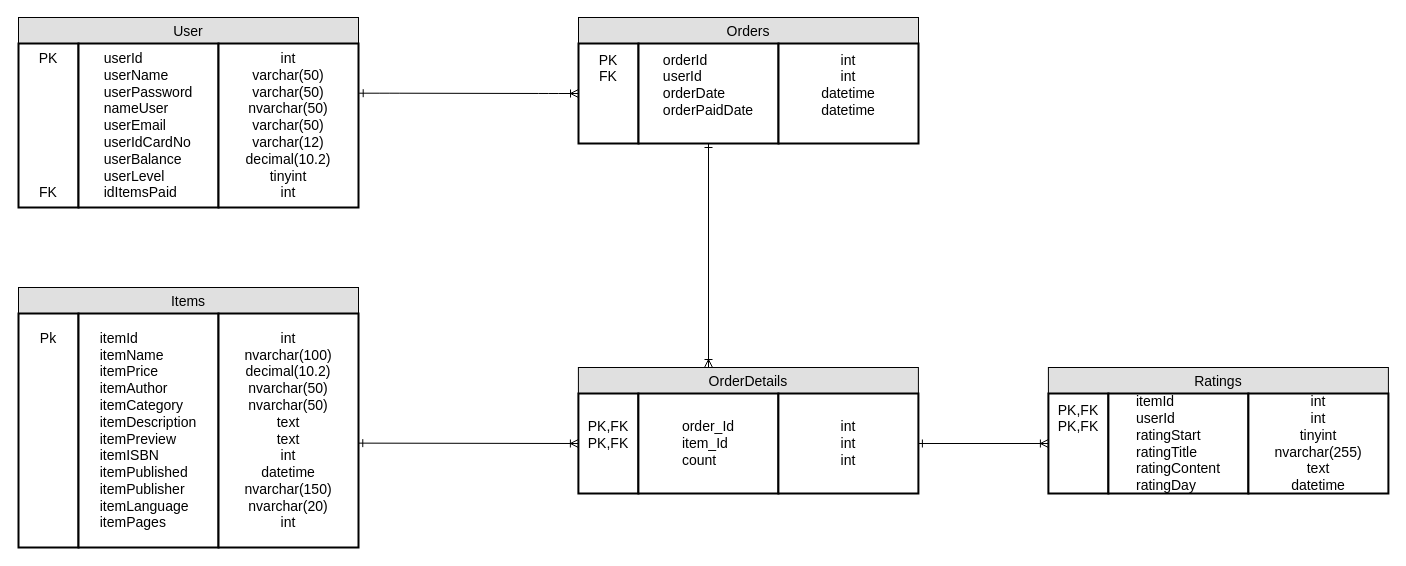
Earlier version of the draw.io diagram Documents/CSDL/table.drawio (tung120320/E-Book-Order-G02). Source tidied: cells renumbered, new cells numbered last; positions are measured from the earlier drawing's top-left corner, leaving out a move shared by most shapes. Both pictures are drawn from the tidied source at 100%, with x=0, y=0 at pixel (18, 17).
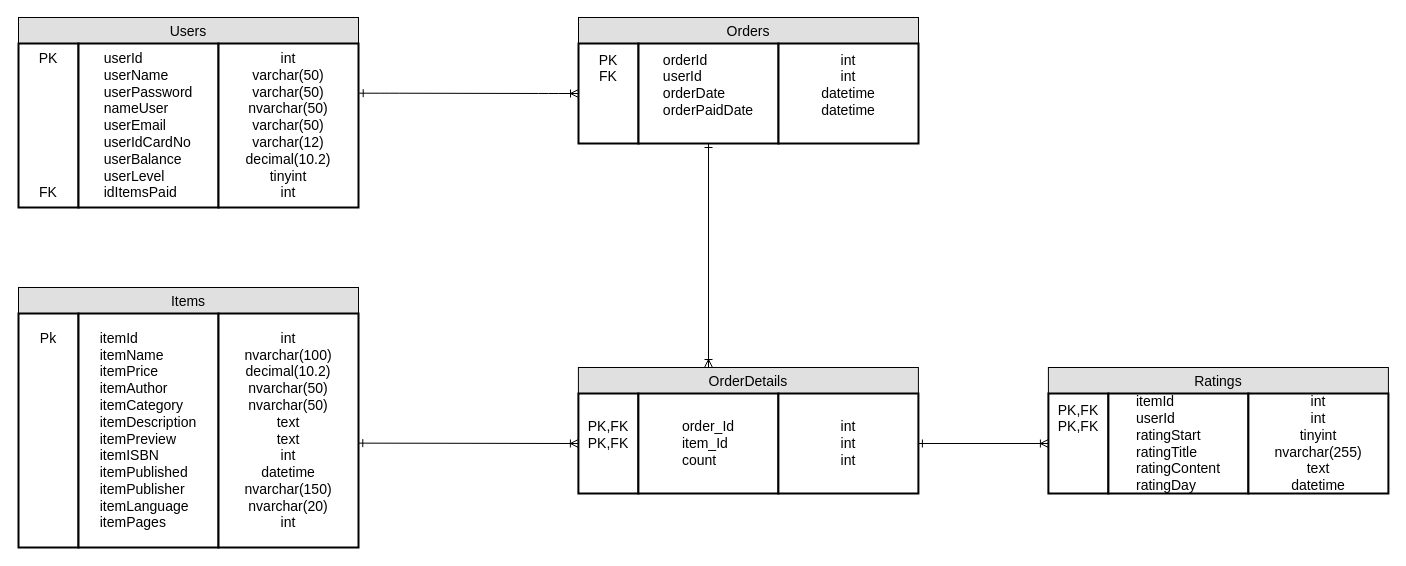
The same diagram, later.

The edit, as a diff of the source:
```diff
@@
-    <mxCell id="2" value="User" style="text;align=center;verticalAlign=middle;spacingLeft=4;spacingRight=4;strokeColor=#000000;fillColor=#e0e0e0;fontSize=14;" parent="1" vertex="1">
+    <mxCell id="2" value="Users" style="text;align=center;verticalAlign=middle;spacingLeft=4;spacingRight=4;strokeColor=#000000;fillColor=#e0e0e0;fontSize=14;" parent="1" vertex="1">
       <mxGeometry width="340" height="26" as="geometry" />
     </mxCell>
```
